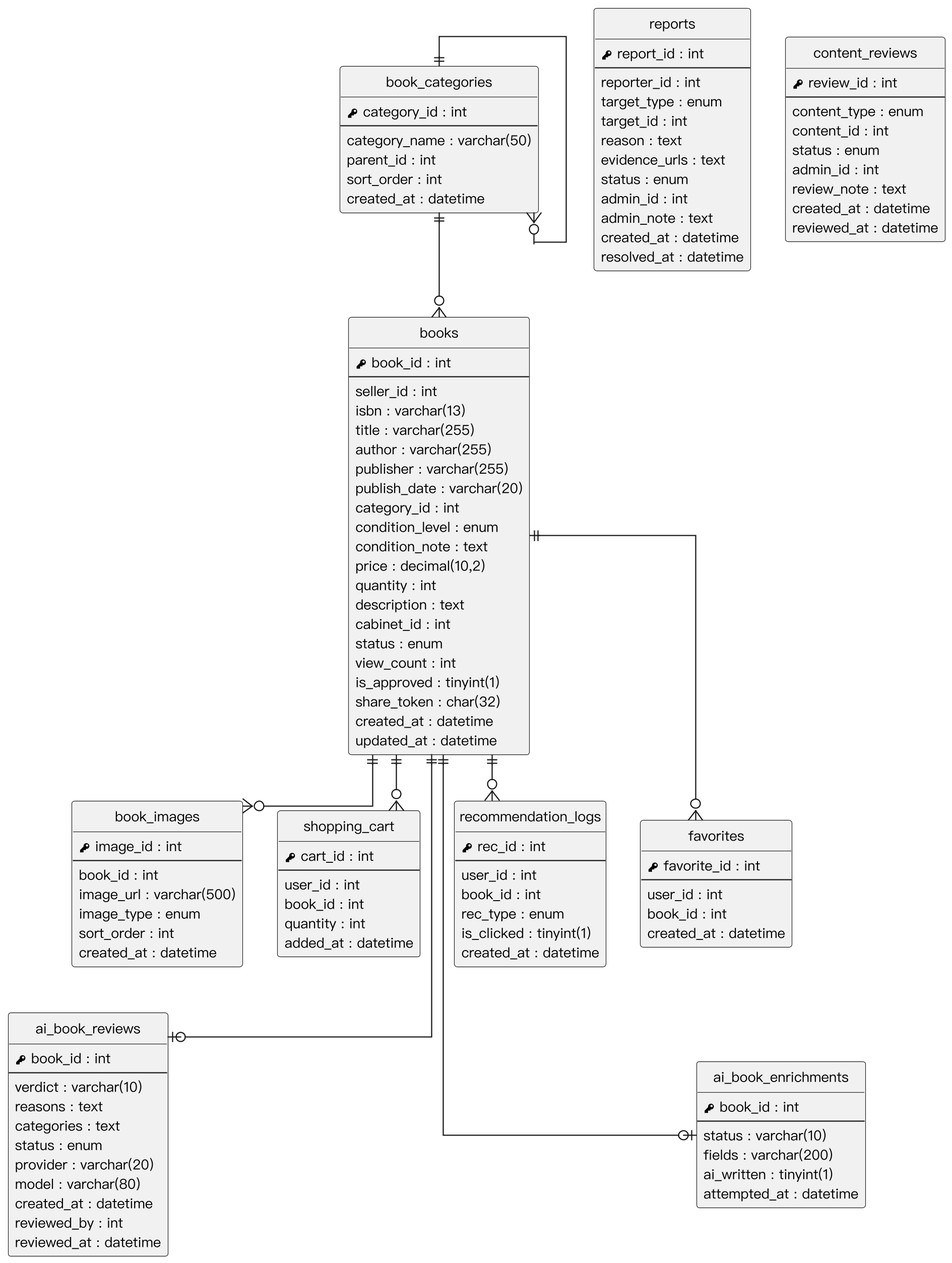
The PlantUML diagram Diagrams/Relational Tables/v3/er_books.png in SaveMyBook/SaveMyBook, before a commit.
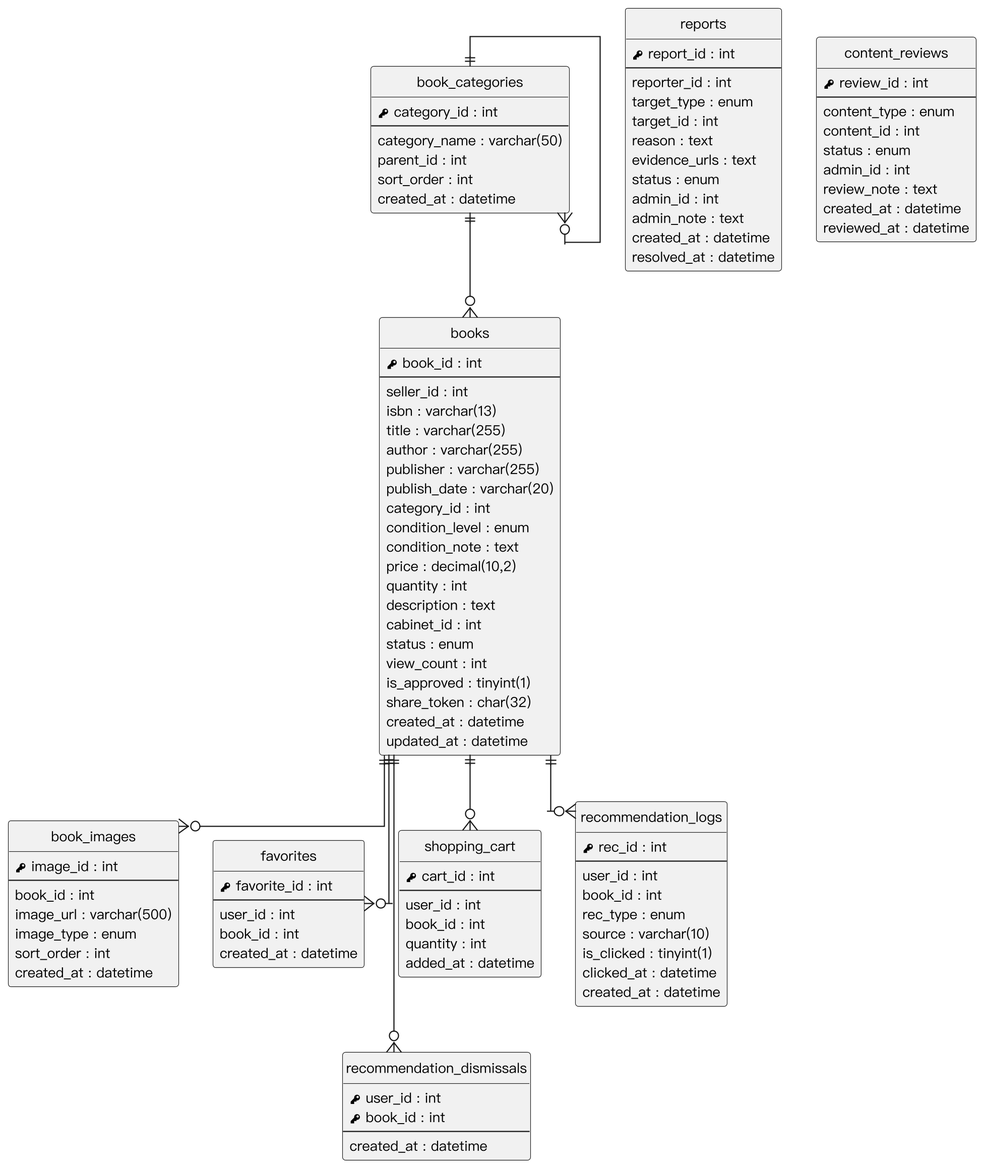
Above is the later version.

What changed in the source:
```diff
@@ -71,7 +71,15 @@
   {field} user_id : int
   {field} book_id : int
   {field} rec_type : enum
+  {field} source : varchar(10)
   {field} is_clicked : tinyint(1)
+  {field} clicked_at : datetime
+  {field} created_at : datetime
+}
+entity "recommendation_dismissals" as recommendation_dismissals {
+  {field} <&key> user_id : int
+  {field} <&key> book_id : int
+  --
   {field} created_at : datetime
 }
 entity "reports" as reports {
@@ -99,35 +107,12 @@
   {field} created_at : datetime
   {field} reviewed_at : datetime
 }
-entity "ai_book_reviews" as ai_book_reviews {
-  {field} <&key> book_id : int
-  --
-  {field} verdict : varchar(10)
-  {field} reasons : text
-  {field} categories : text
-  {field} status : enum
-  {field} provider : varchar(20)
-  {field} model : varchar(80)
-  {field} created_at : datetime
-  {field} reviewed_by : int
-  {field} reviewed_at : datetime
-}
-entity "ai_book_enrichments" as ai_book_enrichments {
-  {field} <&key> book_id : int
-  --
-  {field} status : varchar(10)
-  {field} fields : varchar(200)
-  {field} ai_written : tinyint(1)
-  {field} attempted_at : datetime
-}
 book_categories ||--o{ books
 book_categories ||--o{ book_categories
 books ||--o{ book_images
 books ||--o{ favorites
 books ||--o{ shopping_cart
 books ||--o{ recommendation_logs
-books ||--o| ai_book_reviews
-books ||--o| ai_book_enrichments
-book_images -[hidden]down- ai_book_reviews
-favorites -[hidden]down- ai_book_enrichments
+books ||--o{ recommendation_dismissals
+book_images -[hidden]down- recommendation_dismissals
 @enduml
```
